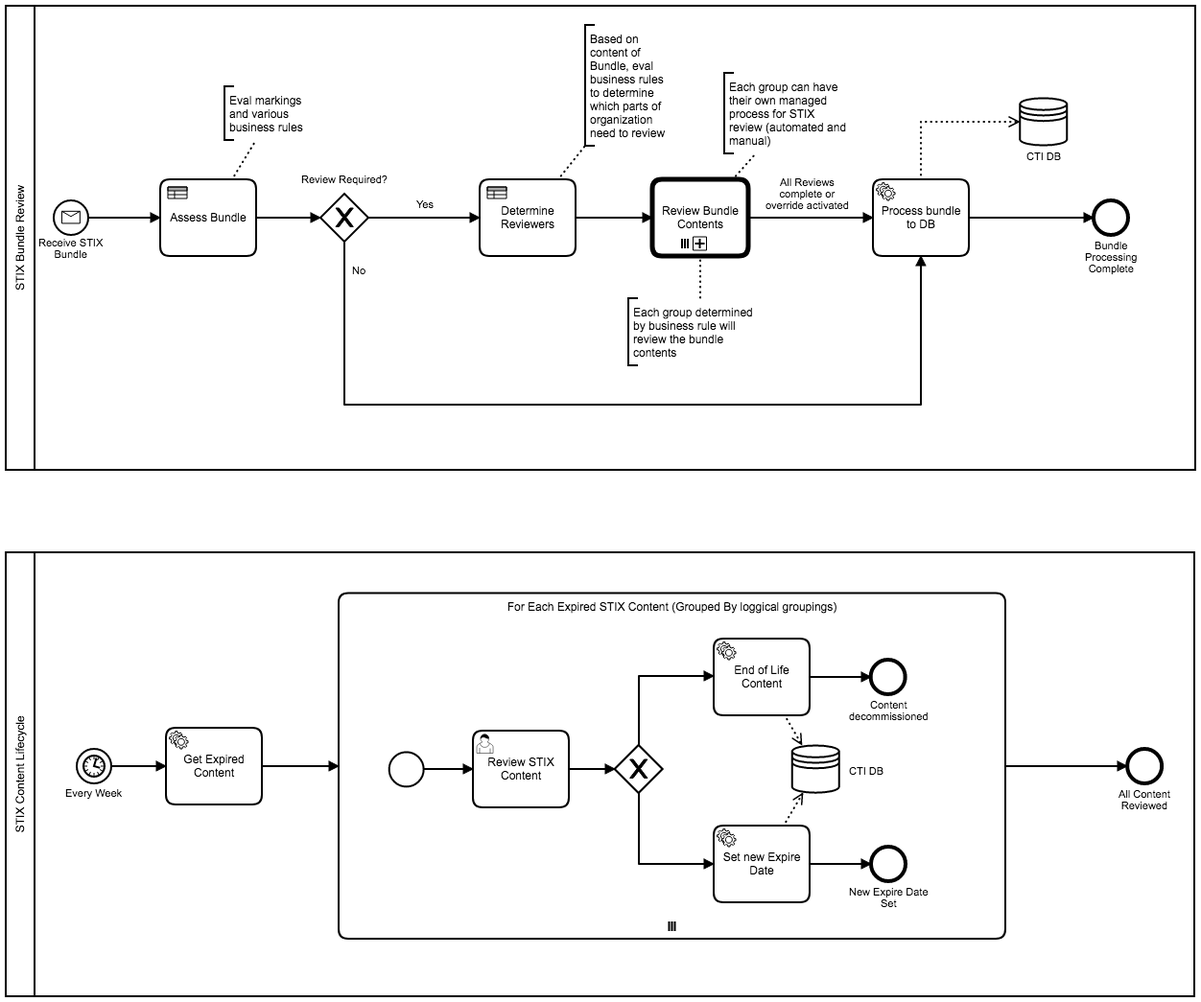
The BPMN diagram docs/BPMN/sample_processes_1.png in StephenOTT/STIX-Java, before a commit. Its source is kept beside it as docs/BPMN/sample_processes_1.bpmn. Ids are renumbered.
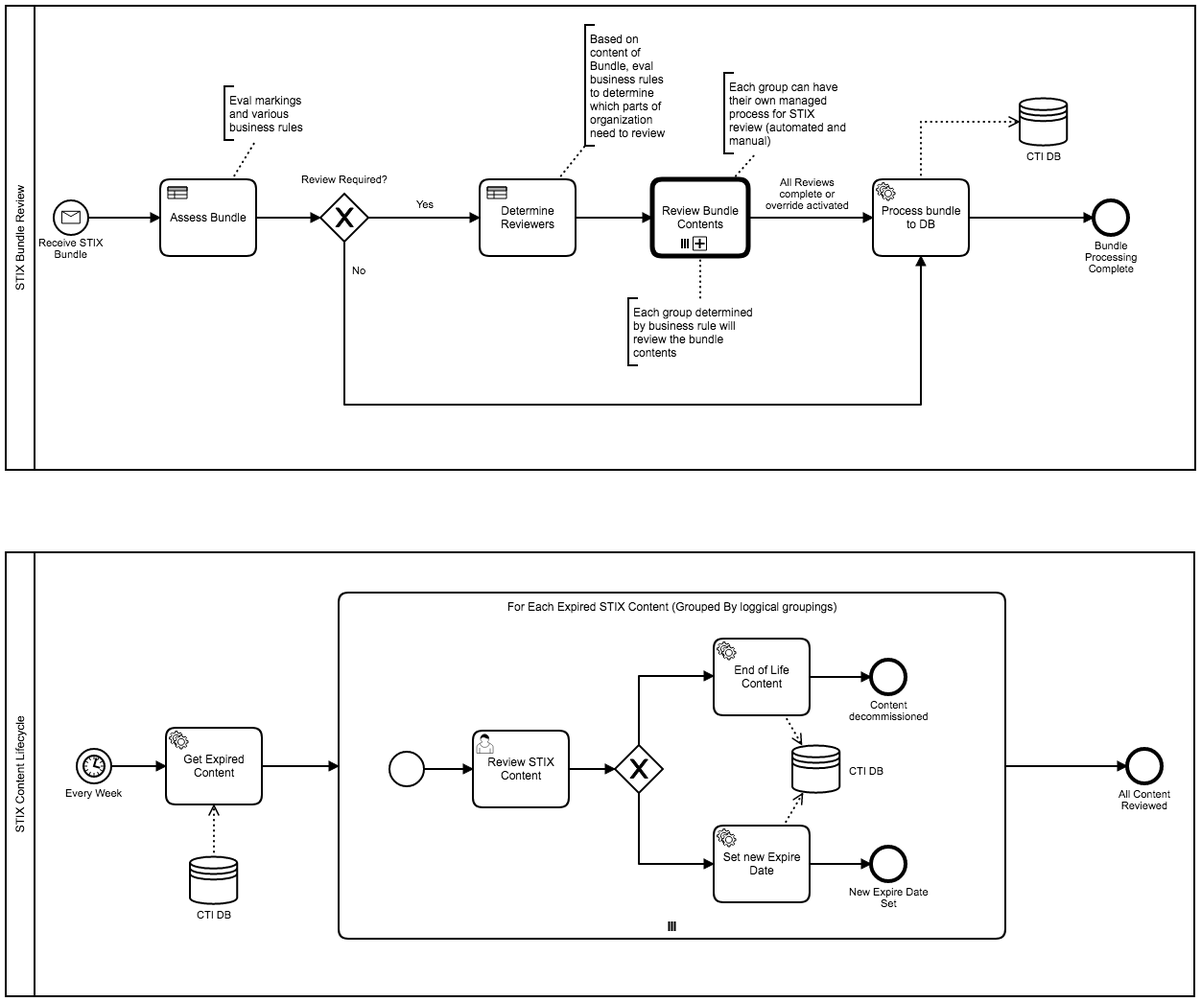
After the change.

Change to the diagram source:
```diff
@@ -66,6 +66,11 @@
     <bpmn:serviceTask id="Task_n29" name="Get Expired Content">
       <bpmn:incoming>SequenceFlow_n30</bpmn:incoming>
       <bpmn:outgoing>SequenceFlow_n31</bpmn:outgoing>
+      <bpmn:property id="Property_n52" name="__targetRef_placeholder" />
+      <bpmn:dataInputAssociation id="DataInputAssociation_n53">
+        <bpmn:sourceRef>DataStoreReference_n54</bpmn:sourceRef>
+        <bpmn:targetRef>Property_n52</bpmn:targetRef>
+      </bpmn:dataInputAssociation>
     </bpmn:serviceTask>
     <bpmn:startEvent id="StartEvent_n32" name="Every Week">
       <bpmn:outgoing>SequenceFlow_n30</bpmn:outgoing>
@@ -121,6 +126,7 @@
       <bpmn:incoming>SequenceFlow_n34</bpmn:incoming>
     </bpmn:endEvent>
     <bpmn:sequenceFlow id="SequenceFlow_n34" sourceRef="SubProcess_n33" targetRef="EndEvent_n51" />
+    <bpmn:dataStoreReference id="DataStoreReference_n54" name="CTI DB" />
   </bpmn:process>
   <bpmndi:BPMNDiagram id="BPMNDiagram_1">
     <bpmndi:BPMNPlane id="BPMNPlane_1" bpmnElement="Collaboration_n2">
@@ -380,6 +386,16 @@
         <di:waypoint x="1060" y="129" />
         <di:waypoint x="1163" y="129" />
       </bpmndi:BPMNEdge>
+      <bpmndi:BPMNShape id="DataStoreReference_n54_di" bpmnElement="DataStoreReference_n54">
+        <dc:Bounds x="298" y="895" width="50" height="50" />
+        <bpmndi:BPMNLabel>
+          <dc:Bounds x="305" y="948" width="37" height="12" />
+        </bpmndi:BPMNLabel>
+      </bpmndi:BPMNShape>
+      <bpmndi:BPMNEdge id="DataInputAssociation_n53_di" bpmnElement="DataInputAssociation_n53">
+        <di:waypoint x="323" y="895" />
+        <di:waypoint x="323" y="841" />
+      </bpmndi:BPMNEdge>
     </bpmndi:BPMNPlane>
   </bpmndi:BPMNDiagram>
 </bpmn:definitions>
```
